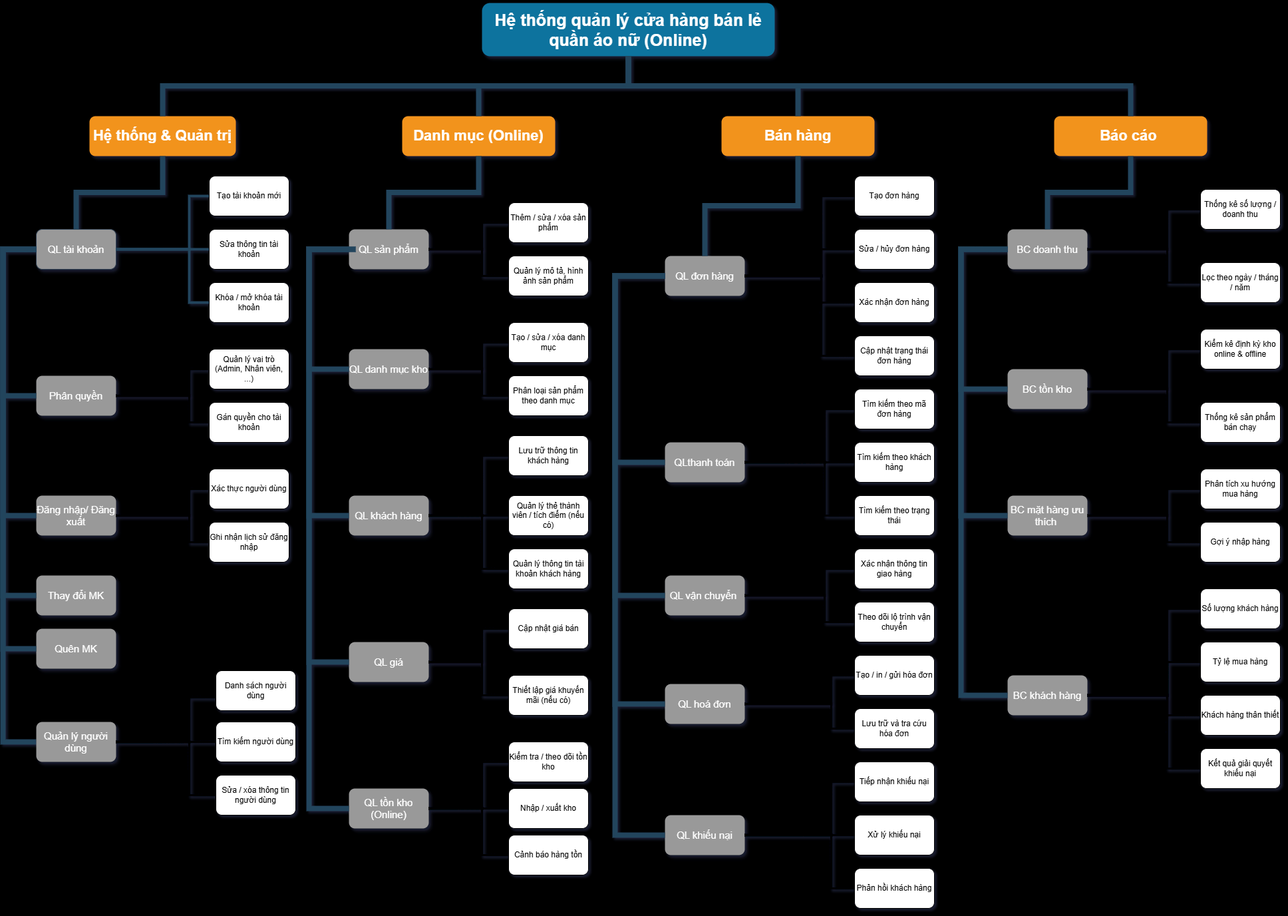
Earlier version of the draw.io export clothesShop.drawio.png (Vulien/Diagram). Source tidied: cells renumbered, new cells last; positions are measured from the earlier drawing's top-left corner, leaving out a move shared by most shapes.
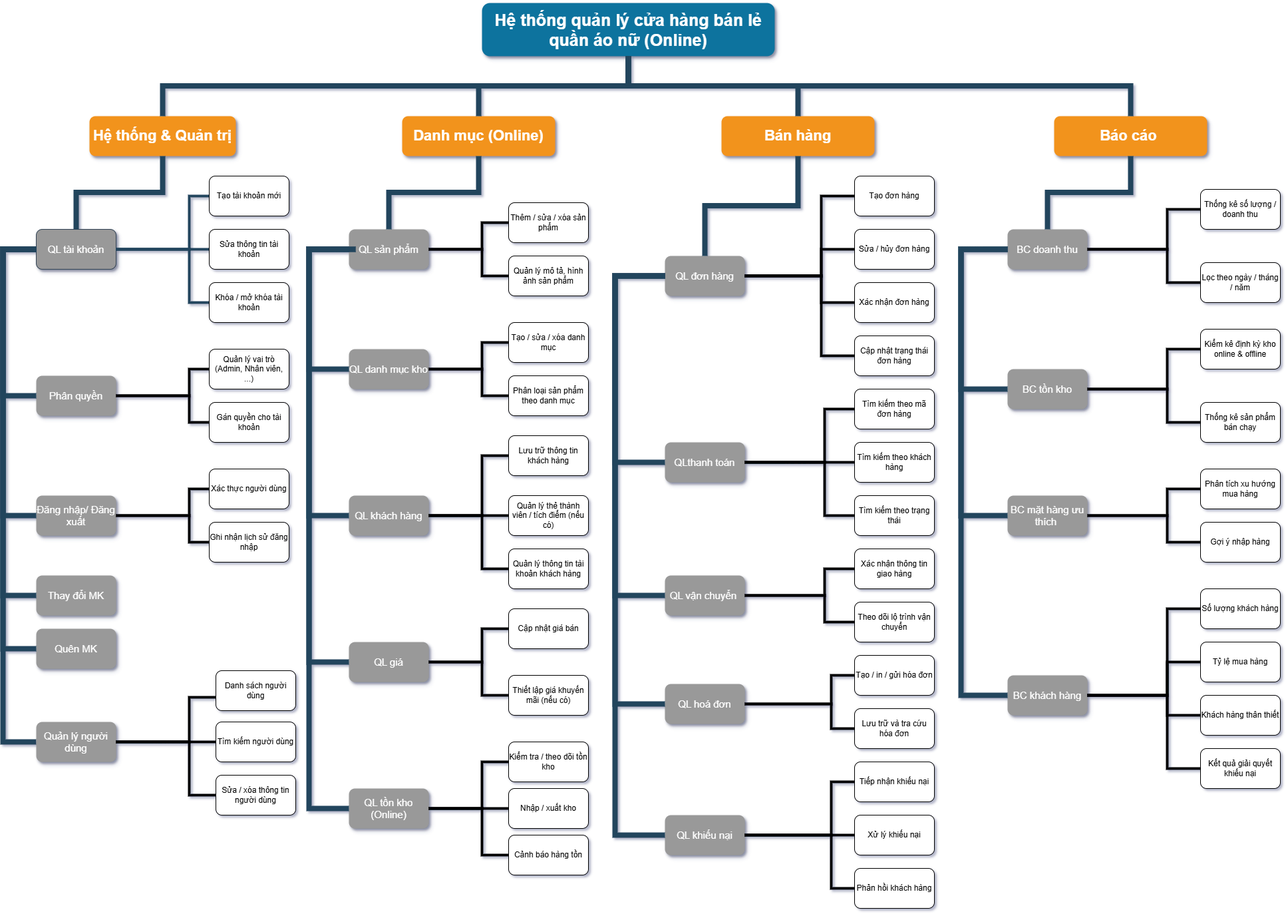
Above is the later version.

Commit message:
Cập nhật clothesShop.drawio.png

Change to the diagram source:
```diff
@@ -1,4 +1,4 @@
-<mxGraphModel background="light-dark(#FFFFFF,#D7D7D7)" shadow="1">
+<mxGraphModel shadow="1">
   <root>
     <mxCell id="0" />
     <mxCell id="1" parent="0" />
```
